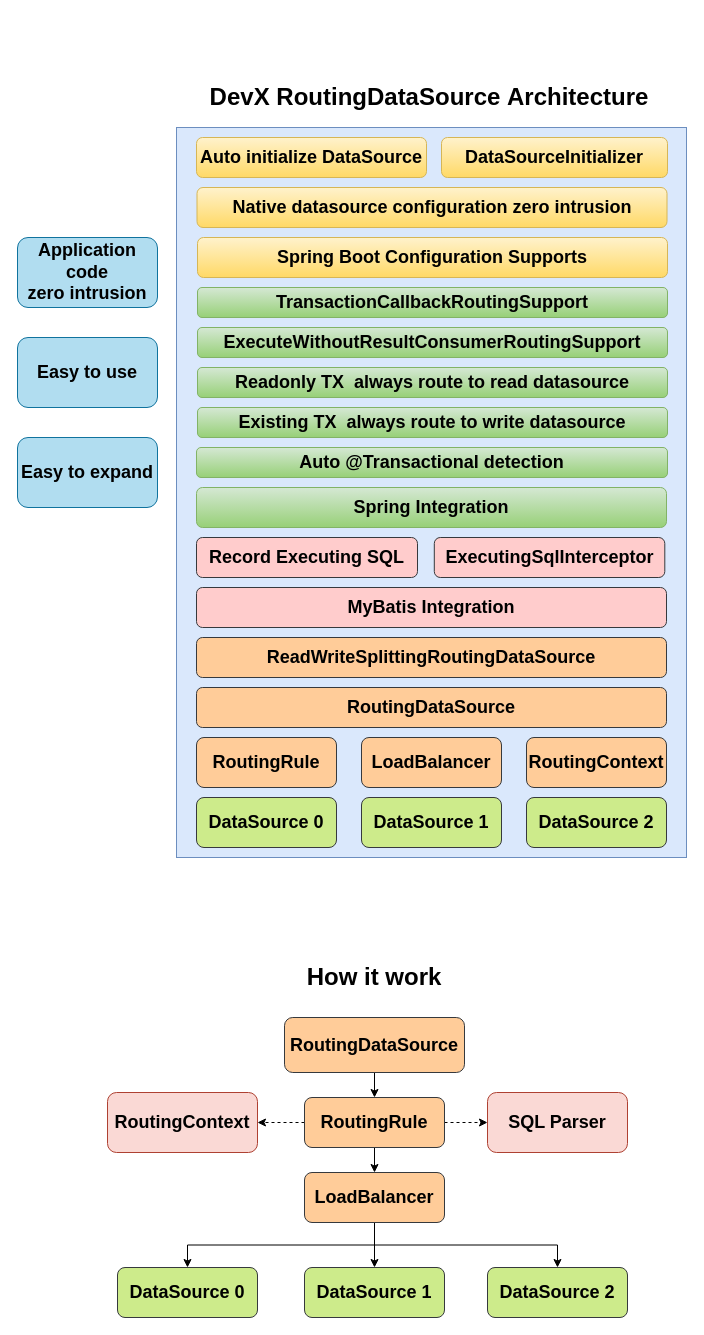
The draw.io diagram DevX/DevX-RoutingDataSource.drawio in GitHeP/diagrams, before the edit. Source tidied: cells renumbered, new cells numbered last; positions are measured from the earlier drawing's top-left corner, leaving out a move shared by most shapes. Both pictures are drawn from the tidied source at 100%, with x=0, y=0 at pixel (17, 77).
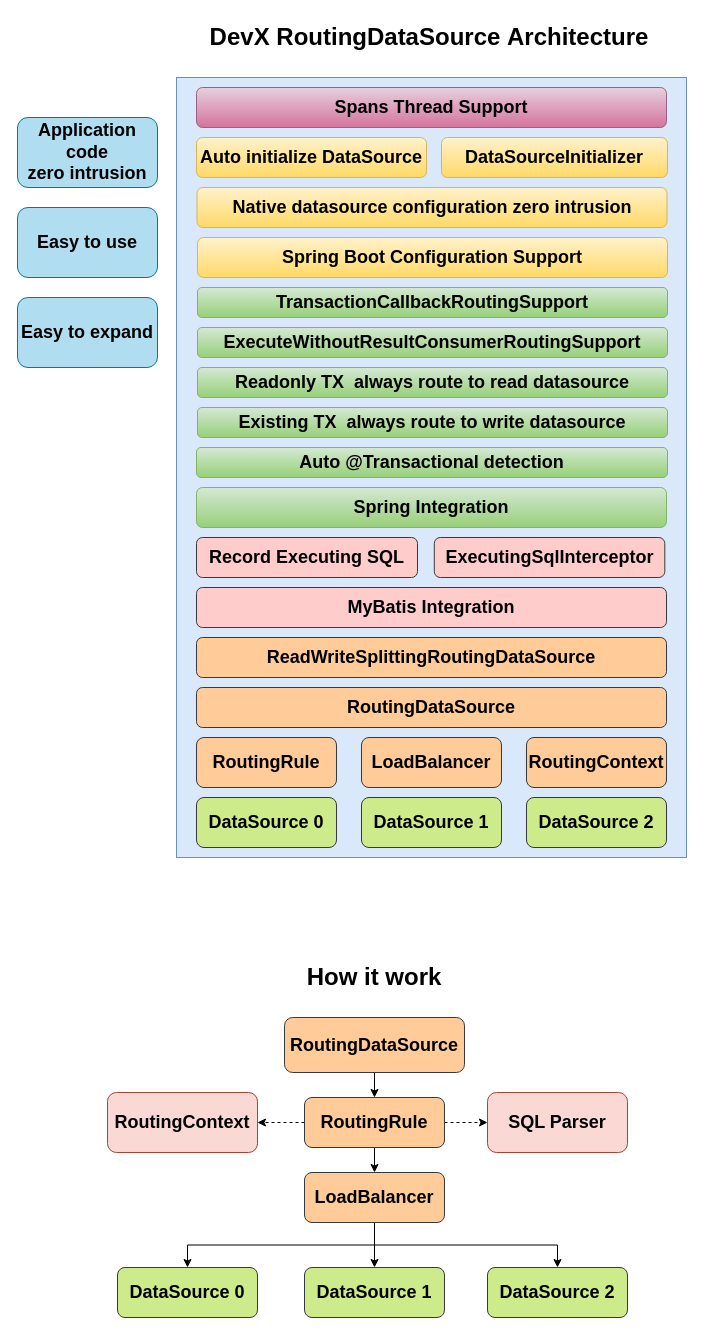
After the change.

What changed in the source:
```diff
@@
     <mxCell id="2" style="rounded=0;whiteSpace=wrap;html=1;fillColor=#dae8fc;strokeColor=#6c8ebf;" parent="1" vertex="1">
-      <mxGeometry x="159" y="50" width="510" height="730" as="geometry" />
+      <mxGeometry x="159" width="510" height="780" as="geometry" />
     </mxCell>
@@
-    <mxCell id="12" value="&lt;font style=&quot;font-size: 18px;&quot;&gt;&lt;b&gt;Spring Boot Configuration Supports&lt;/b&gt;&lt;/font&gt;" style="rounded=1;whiteSpace=wrap;html=1;fillColor=#fff2cc;strokeColor=#d6b656;gradientColor=#ffd966;" parent="1" vertex="1">
+    <mxCell id="12" value="&lt;font style=&quot;font-size: 18px;&quot;&gt;&lt;b&gt;Spring Boot Configuration Support&lt;/b&gt;&lt;/font&gt;" style="rounded=1;whiteSpace=wrap;html=1;fillColor=#fff2cc;strokeColor=#d6b656;gradientColor=#ffd966;" parent="1" vertex="1">
       <mxGeometry x="180" y="160" width="470" height="40" as="geometry" />
     </mxCell>
@@
     <mxCell id="14" value="&lt;font style=&quot;font-size: 18px;&quot;&gt;&lt;b&gt;Application code &lt;br&gt;zero intrusion&lt;/b&gt;&lt;/font&gt;" style="rounded=1;whiteSpace=wrap;html=1;fillColor=#b1ddf0;strokeColor=#10739e;" parent="1" vertex="1">
-      <mxGeometry y="160" width="140" height="70" as="geometry" />
+      <mxGeometry y="40" width="140" height="70" as="geometry" />
     </mxCell>
     <mxCell id="15" value="&lt;font style=&quot;font-size: 18px;&quot;&gt;&lt;b&gt;Easy to use&lt;/b&gt;&lt;/font&gt;" style="rounded=1;whiteSpace=wrap;html=1;fillColor=#b1ddf0;strokeColor=#10739e;" parent="1" vertex="1">
-      <mxGeometry y="260" width="140" height="70" as="geometry" />
+      <mxGeometry y="130" width="140" height="70" as="geometry" />
     </mxCell>
     <mxCell id="16" value="&lt;b&gt;&lt;font style=&quot;font-size: 18px;&quot;&gt;Easy to expand&lt;/font&gt;&lt;/b&gt;" style="rounded=1;whiteSpace=wrap;html=1;fillColor=#b1ddf0;strokeColor=#10739e;" parent="1" vertex="1">
-      <mxGeometry y="360" width="140" height="70" as="geometry" />
+      <mxGeometry y="220" width="140" height="70" as="geometry" />
     </mxCell>
@@
     <mxCell id="34" value="&lt;font style=&quot;font-size: 24px;&quot;&gt;&lt;b style=&quot;&quot;&gt;DevX RoutingDataSource&amp;nbsp;Architecture&lt;/b&gt;&lt;/font&gt;" style="text;html=1;strokeColor=none;fillColor=none;align=center;verticalAlign=middle;whiteSpace=wrap;rounded=0;" parent="1" vertex="1">
-      <mxGeometry x="177.2" width="470" height="40" as="geometry" />
+      <mxGeometry x="177.2" y="-60" width="470" height="40" as="geometry" />
     </mxCell>
@@
+    <mxCell id="44" value="&lt;font style=&quot;font-size: 18px;&quot;&gt;&lt;b&gt;Spans Thread Support&lt;/b&gt;&lt;/font&gt;" style="rounded=1;whiteSpace=wrap;html=1;fillColor=#e6d0de;strokeColor=#996185;gradientColor=#d5739d;" parent="1" vertex="1">
+      <mxGeometry x="179" y="10" width="470" height="40" as="geometry" />
+    </mxCell>
```
